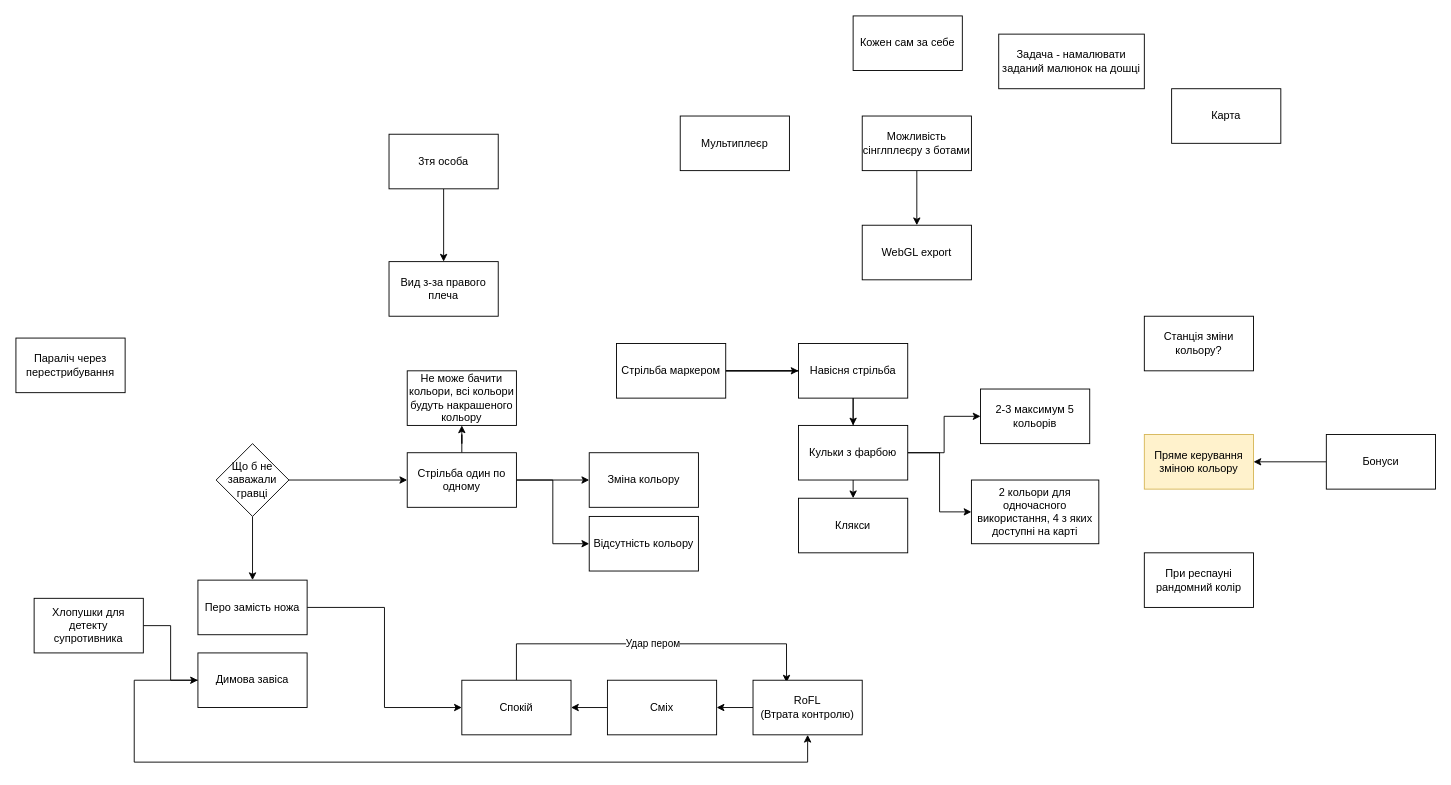
The draw.io diagram page "Чернетка" (2 of 3) of Ideas.drawio in ALaborate/Jam24, before the edit. Source tidied: cells renumbered, new cells numbered last; positions are measured from the earlier drawing's top-left corner, leaving out a move shared by most shapes. Both pictures are drawn from the tidied source at 91%, with x=0, y=0 at pixel (15, 15).
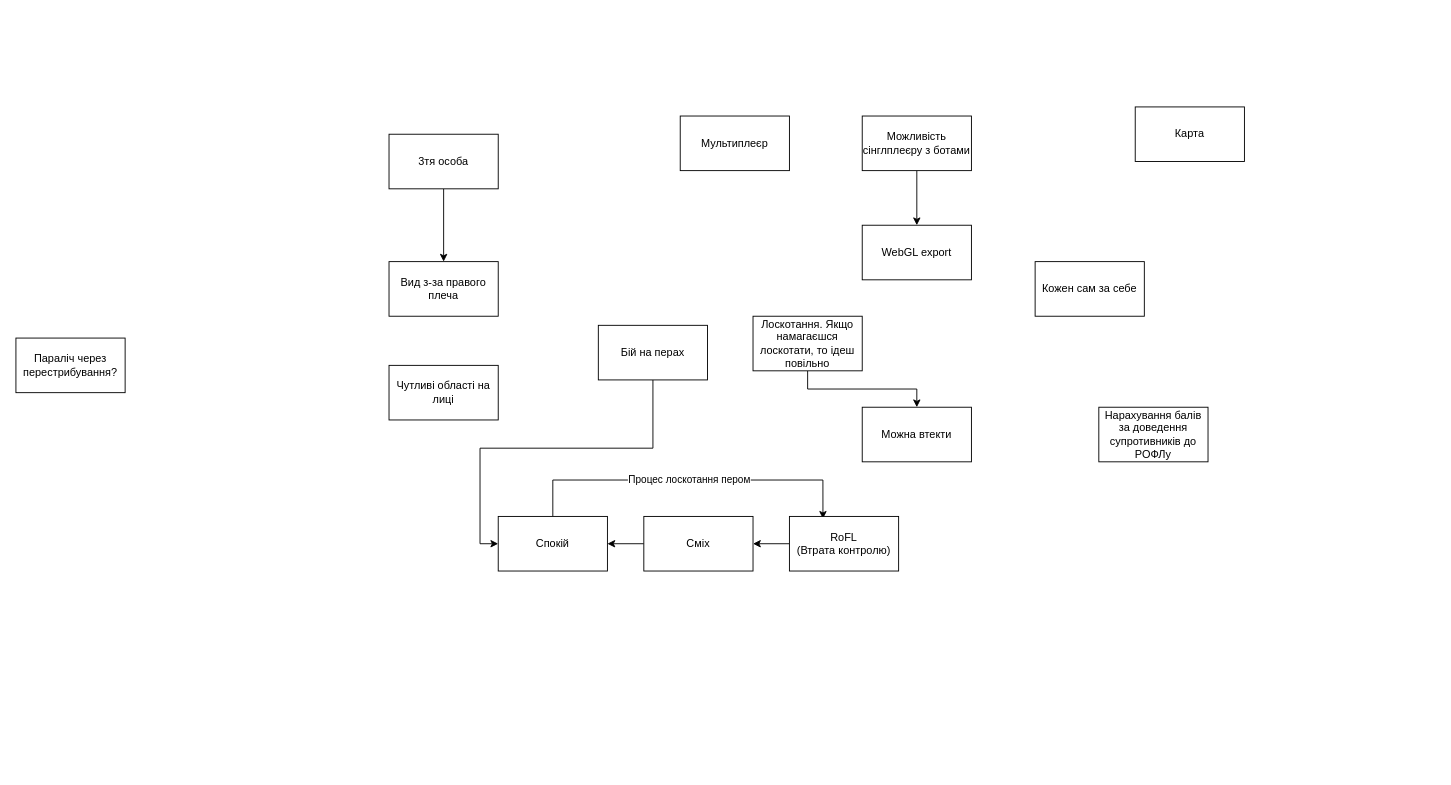
The same diagram, later.

Change to the diagram source:
```diff
@@
-    <mxCell id="8" style="edgeStyle=orthogonalEdgeStyle;rounded=0;jettySize=auto;html=1;" parent="1" edge="1" source="11" target="12">
-      <mxGeometry relative="1" as="geometry" />
+    <mxCell id="8" style="edgeStyle=orthogonalEdgeStyle;rounded=0;orthogonalLoop=1;jettySize=auto;html=1;" parent="1" edge="1">
+      <mxGeometry relative="1" as="geometry">
+        <mxPoint x="820" y="350" as="sourcePoint" />
+      </mxGeometry>
     </mxCell>
-    <mxCell id="9" style="edgeStyle=orthogonalEdgeStyle;rounded=0;jettySize=auto;html=1;" parent="1" edge="1" source="11" target="15">
-      <mxGeometry relative="1" as="geometry" />
+    <mxCell id="9" style="edgeStyle=orthogonalEdgeStyle;rounded=0;orthogonalLoop=1;jettySize=auto;html=1;" parent="1" edge="1">
+      <mxGeometry relative="1" as="geometry">
+        <mxPoint x="820" y="350" as="sourcePoint" />
+      </mxGeometry>
     </mxCell>
-    <mxCell id="10" style="edgeStyle=orthogonalEdgeStyle;rounded=0;jettySize=auto;html=1;" parent="1" edge="1" source="11" target="16">
-      <mxGeometry relative="1" as="geometry" />
+    <mxCell id="10" style="edgeStyle=orthogonalEdgeStyle;rounded=0;orthogonalLoop=1;jettySize=auto;html=1;" parent="1" edge="1">
+      <mxGeometry relative="1" as="geometry">
+        <mxPoint x="820" y="350" as="sourcePoint" />
+      </mxGeometry>
     </mxCell>
-    <mxCell id="11" value="Стрільба маркером" style="rounded=0;whiteSpace=wrap;html=1;" parent="1" vertex="1">
-      <mxGeometry x="660" y="360" width="120" height="60" as="geometry" />
-    </mxCell>
-    <mxCell id="12" value="Навісня стрільба" style="whiteSpace=wrap;html=1;rounded=0;" parent="1" vertex="1">
-      <mxGeometry x="860" y="360" width="120" height="60" as="geometry" />
-    </mxCell>
-    <mxCell id="13" style="edgeStyle=orthogonalEdgeStyle;rounded=0;jettySize=auto;html=1;" parent="1" edge="1" source="15" target="20">
-      <mxGeometry relative="1" as="geometry" />
+    <mxCell id="13" style="edgeStyle=orthogonalEdgeStyle;rounded=0;orthogonalLoop=1;jettySize=auto;html=1;" parent="1" edge="1">
+      <mxGeometry relative="1" as="geometry">
+        <mxPoint x="980" y="480" as="sourcePoint" />
+      </mxGeometry>
     </mxCell>
-    <mxCell id="14" style="edgeStyle=orthogonalEdgeStyle;rounded=0;jettySize=auto;html=1;" parent="1" edge="1" source="15" target="23">
-      <mxGeometry relative="1" as="geometry" />
+    <mxCell id="14" style="edgeStyle=orthogonalEdgeStyle;rounded=0;orthogonalLoop=1;jettySize=auto;html=1;" parent="1" edge="1">
+      <mxGeometry relative="1" as="geometry">
+        <mxPoint x="980" y="480" as="sourcePoint" />
+      </mxGeometry>
     </mxCell>
-    <mxCell id="15" value="Кульки з фарбою" style="whiteSpace=wrap;html=1;rounded=0;" parent="1" vertex="1">
-      <mxGeometry x="860" y="450" width="120" height="60" as="geometry" />
-    </mxCell>
-    <mxCell id="16" value="Клякси" style="whiteSpace=wrap;html=1;rounded=0;" parent="1" vertex="1">
-      <mxGeometry x="860" y="530" width="120" height="60" as="geometry" />
-    </mxCell>
@@
     <mxCell id="18" value="Карта" style="whiteSpace=wrap;html=1;" parent="1" vertex="1">
-      <mxGeometry x="1270" y="80" width="120" height="60" as="geometry" />
+      <mxGeometry x="1230" y="100" width="120" height="60" as="geometry" />
     </mxCell>
-    <mxCell id="19" value="Кожен сам за себе" style="whiteSpace=wrap;html=1;" parent="1" vertex="1">
-      <mxGeometry x="920" width="120" height="60" as="geometry" />
-    </mxCell>
-    <mxCell id="20" value="2-3 максимум 5 кольорів" style="whiteSpace=wrap;html=1;rounded=0;" parent="1" vertex="1">
-      <mxGeometry x="1060" y="410" width="120" height="60" as="geometry" />
-    </mxCell>
-    <mxCell id="21" value="Станція зміни кольору?" style="whiteSpace=wrap;html=1;" parent="1" vertex="1">
-      <mxGeometry x="1240" y="330" width="120" height="60" as="geometry" />
-    </mxCell>
-    <mxCell id="22" value="При респауні рандомний колір" style="whiteSpace=wrap;html=1;" parent="1" vertex="1">
-      <mxGeometry x="1240" y="590" width="120" height="60" as="geometry" />
-    </mxCell>
-    <mxCell id="23" value="2 кольори для одночасного використання, 4 з яких доступні на карті" style="whiteSpace=wrap;html=1;" parent="1" vertex="1">
-      <mxGeometry x="1050" y="510" width="140" height="70" as="geometry" />
-    </mxCell>
-    <mxCell id="24" value="Пряме керування зміною кольору" style="whiteSpace=wrap;html=1;fillColor=#fff2cc;strokeColor=#d6b656;" parent="1" vertex="1">
-      <mxGeometry x="1240" y="460" width="120" height="60" as="geometry" />
-    </mxCell>
-    <mxCell id="25" value="Задача - намалювати заданий малюнок на дошці" style="whiteSpace=wrap;html=1;" parent="1" vertex="1">
-      <mxGeometry x="1080" y="20" width="160" height="60" as="geometry" />
-    </mxCell>
-    <mxCell id="26" style="edgeStyle=orthogonalEdgeStyle;rounded=0;jettySize=auto;html=1;" parent="1" edge="1" source="27" target="24">
-      <mxGeometry relative="1" as="geometry" />
-    </mxCell>
-    <mxCell id="27" value="Бонуси" style="whiteSpace=wrap;html=1;" parent="1" vertex="1">
-      <mxGeometry x="1440" y="460" width="120" height="60" as="geometry" />
-    </mxCell>
-    <mxCell id="28" style="edgeStyle=orthogonalEdgeStyle;rounded=0;jettySize=auto;html=1;" parent="1" edge="1" source="31" target="32">
-      <mxGeometry relative="1" as="geometry" />
-    </mxCell>
-    <mxCell id="29" style="edgeStyle=orthogonalEdgeStyle;rounded=0;jettySize=auto;html=1;entryX=0;entryY=0.5;entryDx=0;entryDy=0;" parent="1" edge="1" source="31" target="33">
-      <mxGeometry relative="1" as="geometry" />
-    </mxCell>
-    <mxCell id="30" style="edgeStyle=orthogonalEdgeStyle;rounded=0;jettySize=auto;html=1;" parent="1" edge="1" source="31" target="50">
-      <mxGeometry relative="1" as="geometry" />
-    </mxCell>
-    <mxCell id="31" value="Стрільба один по одному" style="whiteSpace=wrap;html=1;" parent="1" vertex="1">
-      <mxGeometry x="430" y="480" width="120" height="60" as="geometry" />
-    </mxCell>
-    <mxCell id="32" value="Зміна кольору" style="whiteSpace=wrap;html=1;" parent="1" vertex="1">
-      <mxGeometry x="630" y="480" width="120" height="60" as="geometry" />
-    </mxCell>
-    <mxCell id="33" value="Відсутність кольору" style="whiteSpace=wrap;html=1;" parent="1" vertex="1">
-      <mxGeometry x="630" y="550" width="120" height="60" as="geometry" />
-    </mxCell>
-    <mxCell id="34" value="Параліч через перестрибування" style="whiteSpace=wrap;html=1;" parent="1" vertex="1">
+    <mxCell id="34" value="Параліч через перестрибування?" style="whiteSpace=wrap;html=1;" parent="1" vertex="1">
       <mxGeometry y="354" width="120" height="60" as="geometry" />
     </mxCell>
-    <mxCell id="35" style="edgeStyle=orthogonalEdgeStyle;rounded=0;jettySize=auto;html=1;" parent="1" edge="1" source="37" target="31">
-      <mxGeometry relative="1" as="geometry" />
-    </mxCell>
-    <mxCell id="36" style="edgeStyle=orthogonalEdgeStyle;rounded=0;jettySize=auto;html=1;" parent="1" edge="1" source="37" target="39">
-      <mxGeometry relative="1" as="geometry" />
-    </mxCell>
-    <mxCell id="37" value="Що б не заважали гравці" style="rhombus;whiteSpace=wrap;html=1;" parent="1" vertex="1">
-      <mxGeometry x="220" y="470" width="80" height="80" as="geometry" />
-    </mxCell>
@@
-    <mxCell id="39" value="Перо замість ножа" style="whiteSpace=wrap;html=1;" parent="1" vertex="1">
-      <mxGeometry x="200" y="620" width="120" height="60" as="geometry" />
+    <mxCell id="39" value="Бій на перах" style="whiteSpace=wrap;html=1;" parent="1" vertex="1">
+      <mxGeometry x="640" y="340" width="120" height="60" as="geometry" />
     </mxCell>
-    <mxCell id="40" value="Удар пером" style="edgeStyle=orthogonalEdgeStyle;rounded=0;jettySize=auto;html=1;entryX=0.307;entryY=0.043;entryDx=0;entryDy=0;entryPerimeter=0;" parent="1" edge="1" source="41" target="45">
+    <mxCell id="40" value="Процес лоскотання пером" style="edgeStyle=orthogonalEdgeStyle;rounded=0;jettySize=auto;html=1;entryX=0.307;entryY=0.043;entryDx=0;entryDy=0;entryPerimeter=0;" parent="1" edge="1" source="41" target="45">
       <mxGeometry relative="1" as="geometry">
         <Array as="points">
-          <mxPoint x="550" y="690" />
-          <mxPoint x="847" y="690" />
+          <mxPoint x="590" y="510" />
+          <mxPoint x="887" y="510" />
         </Array>
       </mxGeometry>
     </mxCell>
     <mxCell id="41" value="Спокій" style="whiteSpace=wrap;html=1;" parent="1" vertex="1">
-      <mxGeometry x="490" y="730" width="120" height="60" as="geometry" />
+      <mxGeometry x="530" y="550" width="120" height="60" as="geometry" />
     </mxCell>
@@
     <mxCell id="43" value="Сміх" style="whiteSpace=wrap;html=1;" parent="1" vertex="1">
-      <mxGeometry x="650" y="730" width="120" height="60" as="geometry" />
+      <mxGeometry x="690" y="550" width="120" height="60" as="geometry" />
     </mxCell>
@@
     <mxCell id="45" value="RoFL&lt;br&gt;(Втрата контролю)" style="whiteSpace=wrap;html=1;" parent="1" vertex="1">
-      <mxGeometry x="810" y="730" width="120" height="60" as="geometry" />
+      <mxGeometry x="850" y="550" width="120" height="60" as="geometry" />
     </mxCell>
-    <mxCell id="46" style="edgeStyle=orthogonalEdgeStyle;rounded=0;jettySize=auto;html=1;" parent="1" edge="1" source="47" target="49">
-      <mxGeometry relative="1" as="geometry" />
-    </mxCell>
-    <mxCell id="47" value="Хлопушки для детекту супротивника" style="whiteSpace=wrap;html=1;" parent="1" vertex="1">
-      <mxGeometry x="20" y="640" width="120" height="60" as="geometry" />
-    </mxCell>
-    <mxCell id="48" style="edgeStyle=orthogonalEdgeStyle;rounded=0;jettySize=auto;html=1;" parent="1" edge="1" source="49" target="45">
-      <mxGeometry relative="1" as="geometry">
-        <Array as="points">
-          <mxPoint x="130" y="820" />
-          <mxPoint x="870" y="820" />
-        </Array>
-      </mxGeometry>
-    </mxCell>
-    <mxCell id="49" value="Димова завіса" style="whiteSpace=wrap;html=1;" parent="1" vertex="1">
-      <mxGeometry x="200" y="700" width="120" height="60" as="geometry" />
-    </mxCell>
-    <mxCell id="50" value="Не може бачити кольори, всі кольори будуть накрашеного кольору" style="whiteSpace=wrap;html=1;" parent="1" vertex="1">
-      <mxGeometry x="430" y="390" width="120" height="60" as="geometry" />
-    </mxCell>
+    <mxCell id="19" value="Кожен сам за себе" style="whiteSpace=wrap;html=1;" parent="1" vertex="1">
+      <mxGeometry x="1120" y="270" width="120" height="60" as="geometry" />
+    </mxCell>
+    <mxCell id="51" value="Нарахування балів за доведення супротивників до РОФЛу" style="whiteSpace=wrap;html=1;" parent="1" vertex="1">
+      <mxGeometry x="1190" y="430" width="120" height="60" as="geometry" />
+    </mxCell>
+    <mxCell id="52" value="Чутливі області на лиці" style="whiteSpace=wrap;html=1;" parent="1" vertex="1">
+      <mxGeometry x="410" y="384" width="120" height="60" as="geometry" />
+    </mxCell>
+    <mxCell id="53" style="edgeStyle=orthogonalEdgeStyle;rounded=0;jettySize=auto;html=1;" parent="1" edge="1" source="54" target="55">
+      <mxGeometry relative="1" as="geometry" />
+    </mxCell>
+    <mxCell id="54" value="Лоскотання. Якщо намагаєшся лоскотати, то ідеш повільно" style="whiteSpace=wrap;html=1;" parent="1" vertex="1">
+      <mxGeometry x="810" y="330" width="120" height="60" as="geometry" />
+    </mxCell>
+    <mxCell id="55" value="Можна втекти" style="whiteSpace=wrap;html=1;" parent="1" vertex="1">
+      <mxGeometry x="930" y="430" width="120" height="60" as="geometry" />
+    </mxCell>
```
